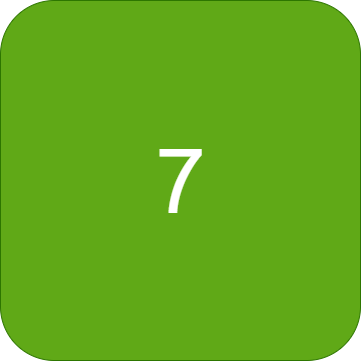
This is Rush Hour Main/assets/MapButtons/7(B).png from zintom69/Game-Rush-Hour, a draw.io export, as it was before one commit. Source tidied: cells renumbered, new cells last; positions are measured from the earlier drawing's top-left corner, leaving out a move shared by most shapes.
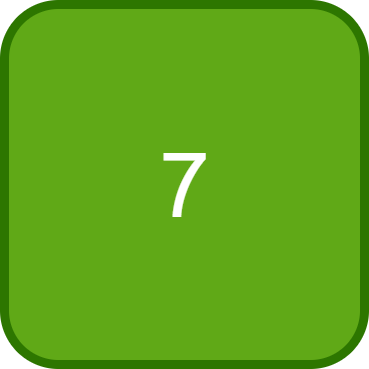
After the commit.

What changed in the source:
```diff
@@ -2,7 +2,7 @@
   <root>
     <mxCell id="0" />
     <mxCell id="1" parent="0" />
-    <mxCell id="2" value="&lt;span style=&quot;font-size: 90px;&quot;&gt;7&lt;/span&gt;" style="rounded=1;whiteSpace=wrap;html=1;fillColor=#60a917;fontColor=#ffffff;strokeColor=#2D7600;" parent="1" vertex="1">
+    <mxCell id="2" value="&lt;span style=&quot;font-size: 90px;&quot;&gt;7&lt;/span&gt;" style="rounded=1;whiteSpace=wrap;html=1;strokeWidth=9;fillColor=#60a917;fontColor=#ffffff;strokeColor=#2D7600;" parent="1" vertex="1">
       <mxGeometry width="360" height="360" as="geometry" />
     </mxCell>
   </root>
```
